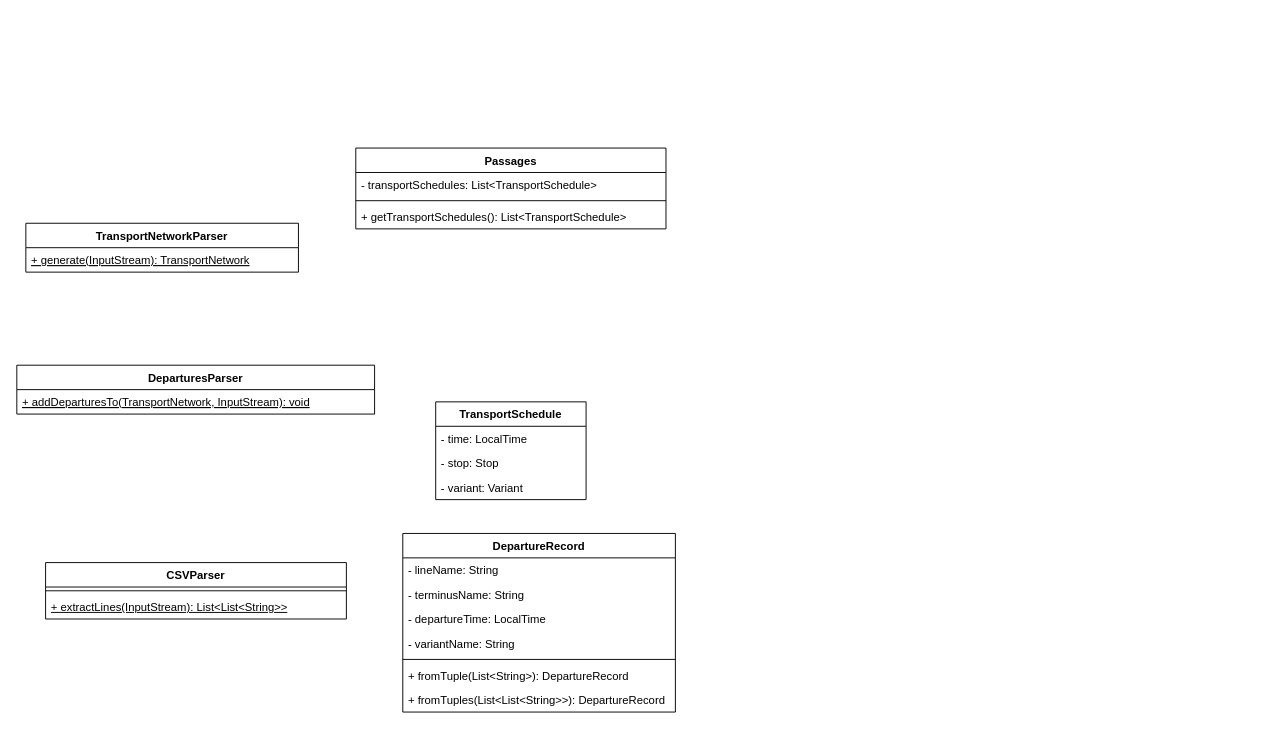
adrian-heouairi/MoriaMap keeps this draw.io diagram as page "Page-5" (2 of 2) of specification/diagrams/model.drawio. Above is the earlier version. Source tidied: cells renumbered, new cells numbered last; positions are measured from the earlier drawing's top-left corner, leaving out a move shared by most shapes. Both pictures are drawn from the tidied source at 94%, with x=0, y=0 at pixel (16, 148).
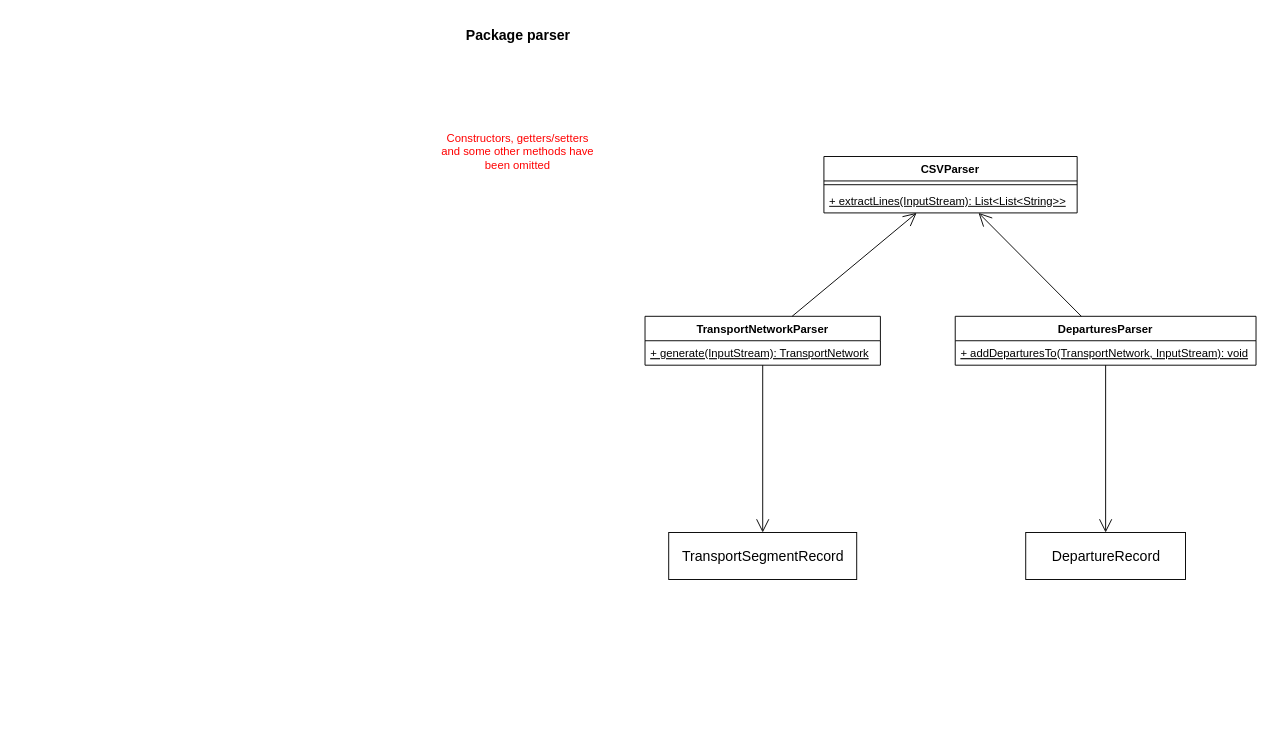
Above is the later version.

The edit, as a diff of the source:
```diff
@@
     <mxCell id="2" value="DeparturesParser" style="swimlane;fontStyle=1;align=center;verticalAlign=top;horizontal=1;startSize=26;" parent="1" vertex="1">
-      <mxGeometry x="0.4" y="231" width="380.6" height="52" as="geometry" />
+      <mxGeometry x="998.7" y="179" width="320" height="52" as="geometry" />
     </mxCell>
     <mxCell id="3" value="+ addDeparturesTo(TransportNetwork, InputStream): void" style="text;strokeColor=none;fillColor=none;align=left;verticalAlign=top;spacingLeft=4;spacingRight=4;overflow=hidden;fontStyle=4;" parent="2" vertex="1">
-      <mxGeometry y="26" width="380.6" height="26" as="geometry" />
+      <mxGeometry y="26" width="320" height="26" as="geometry" />
     </mxCell>
-    <mxCell id="4" value="TransportSchedule" style="swimlane;fontStyle=1;align=center;verticalAlign=top;horizontal=1;startSize=26;" parent="1" vertex="1">
-      <mxGeometry x="446" y="270" width="160" height="104" as="geometry" />
-    </mxCell>
-    <mxCell id="5" value="- time: LocalTime" style="text;strokeColor=none;fillColor=none;align=left;verticalAlign=top;spacingLeft=4;spacingRight=4;overflow=hidden;" parent="4" vertex="1">
-      <mxGeometry y="26" width="160" height="26" as="geometry" />
-    </mxCell>
-    <mxCell id="6" value="- stop: Stop" style="text;strokeColor=none;fillColor=none;align=left;verticalAlign=top;spacingLeft=4;spacingRight=4;overflow=hidden;" parent="4" vertex="1">
-      <mxGeometry y="52" width="160" height="26" as="geometry" />
-    </mxCell>
-    <mxCell id="7" value="- variant: Variant" style="text;strokeColor=none;fillColor=none;align=left;verticalAlign=top;spacingLeft=4;spacingRight=4;overflow=hidden;" parent="4" vertex="1">
-      <mxGeometry y="78" width="160" height="26" as="geometry" />
-    </mxCell>
     <mxCell id="8" value="TransportNetworkParser" style="swimlane;fontStyle=1;align=center;verticalAlign=top;horizontal=1;startSize=26;" parent="1" vertex="1">
-      <mxGeometry x="10" y="80" width="290" height="52" as="geometry" />
+      <mxGeometry x="668.7" y="179" width="250.4" height="52" as="geometry" />
     </mxCell>
     <mxCell id="9" value="+ generate(InputStream): TransportNetwork" style="text;strokeColor=none;fillColor=none;align=left;verticalAlign=top;spacingLeft=4;spacingRight=4;overflow=hidden;fontStyle=4;" parent="8" vertex="1">
-      <mxGeometry y="26" width="290" height="26" as="geometry" />
+      <mxGeometry y="26" width="250.4" height="26" as="geometry" />
     </mxCell>
     <mxCell id="10" value="CSVParser" style="swimlane;fontStyle=1;align=center;verticalAlign=top;horizontal=1;startSize=26;whiteSpace=wrap;html=1;" parent="1" vertex="1">
-      <mxGeometry x="31" y="441" width="320" height="60" as="geometry" />
+      <mxGeometry x="859" y="9" width="269.4" height="60" as="geometry" />
     </mxCell>
     <mxCell id="11" style="line;strokeWidth=1;fillColor=none;align=left;verticalAlign=middle;spacingTop=-1;spacingLeft=3;spacingRight=3;labelPosition=right;strokeColor=inherit;" parent="10" vertex="1">
-      <mxGeometry y="26" width="320" height="8" as="geometry" />
+      <mxGeometry y="26" width="269.4" height="8" as="geometry" />
     </mxCell>
     <mxCell id="12" value="+ extractLines(InputStream): List&amp;lt;List&amp;lt;String&amp;gt;&amp;gt;" style="text;strokeColor=none;fillColor=none;align=left;verticalAlign=top;spacingLeft=4;spacingRight=4;overflow=hidden;whiteSpace=wrap;html=1;fontStyle=4;" parent="10" vertex="1">
-      <mxGeometry y="34" width="320" height="26" as="geometry" />
+      <mxGeometry y="34" width="269.4" height="26" as="geometry" />
     </mxCell>
-    <mxCell id="13" value="Passages" style="swimlane;fontStyle=1;align=center;verticalAlign=top;horizontal=1;startSize=26;whiteSpace=wrap;html=1;" parent="1" vertex="1">
-      <mxGeometry x="361" width="330" height="86" as="geometry" />
-    </mxCell>
-    <mxCell id="14" value="- transportSchedules: List&amp;lt;TransportSchedule&amp;gt;" style="text;strokeColor=none;fillColor=none;align=left;verticalAlign=top;spacingLeft=4;spacingRight=4;overflow=hidden;whiteSpace=wrap;html=1;" parent="13" vertex="1">
-      <mxGeometry y="26" width="330" height="26" as="geometry" />
-    </mxCell>
-    <mxCell id="15" style="line;strokeWidth=1;fillColor=none;align=left;verticalAlign=middle;spacingTop=-1;spacingLeft=3;spacingRight=3;labelPosition=right;strokeColor=inherit;" parent="13" vertex="1">
-      <mxGeometry y="52" width="330" height="8" as="geometry" />
-    </mxCell>
-    <mxCell id="16" value="+ getTransportSchedules(): List&amp;lt;TransportSchedule&amp;gt;" style="text;strokeColor=none;fillColor=none;align=left;verticalAlign=top;spacingLeft=4;spacingRight=4;overflow=hidden;whiteSpace=wrap;html=1;" parent="13" vertex="1">
-      <mxGeometry y="60" width="330" height="26" as="geometry" />
-    </mxCell>
+    <mxCell id="25" value="Constructors, getters/setters and some other methods have been omitted" style="text;html=1;align=center;verticalAlign=middle;whiteSpace=wrap;rounded=0;fontColor=#FF0000;" parent="1" vertex="1">
+      <mxGeometry x="450" y="-11" width="167.3" height="30" as="geometry" />
+    </mxCell>
-    <mxCell id="17" value="DepartureRecord" style="swimlane;fontStyle=1;align=center;verticalAlign=top;horizontal=1;startSize=26;" parent="1" vertex="1">
-      <mxGeometry x="411" y="410" width="290" height="190" as="geometry" />
+    <mxCell id="17" value="DepartureRecord" style="html=1;fontSize=15;fontColor=#000000;" parent="1" vertex="1">
+      <mxGeometry x="1073.7" y="409" width="170" height="50" as="geometry" />
     </mxCell>
-    <mxCell id="18" value="- lineName: String" style="text;strokeColor=none;fillColor=none;align=left;verticalAlign=top;spacingLeft=4;spacingRight=4;overflow=hidden;" parent="17" vertex="1">
-      <mxGeometry y="26" width="290" height="26" as="geometry" />
-    </mxCell>
-    <mxCell id="19" value="- terminusName: String" style="text;strokeColor=none;fillColor=none;align=left;verticalAlign=top;spacingLeft=4;spacingRight=4;overflow=hidden;" parent="17" vertex="1">
-      <mxGeometry y="52" width="290" height="26" as="geometry" />
-    </mxCell>
-    <mxCell id="20" value="- departureTime: LocalTime" style="text;strokeColor=none;fillColor=none;align=left;verticalAlign=top;spacingLeft=4;spacingRight=4;overflow=hidden;" parent="17" vertex="1">
-      <mxGeometry y="78" width="290" height="26" as="geometry" />
-    </mxCell>
-    <mxCell id="21" value="- variantName: String" style="text;strokeColor=none;fillColor=none;align=left;verticalAlign=top;spacingLeft=4;spacingRight=4;overflow=hidden;" parent="17" vertex="1">
-      <mxGeometry y="104" width="290" height="26" as="geometry" />
-    </mxCell>
-    <mxCell id="22" style="line;strokeWidth=1;fillColor=none;align=left;verticalAlign=middle;spacingTop=-1;spacingLeft=3;spacingRight=3;labelPosition=right;strokeColor=inherit;" parent="17" vertex="1">
-      <mxGeometry y="130" width="290" height="8" as="geometry" />
-    </mxCell>
-    <mxCell id="23" value="+ fromTuple(List&lt;String&gt;): DepartureRecord" style="text;strokeColor=none;fillColor=none;align=left;verticalAlign=top;spacingLeft=4;spacingRight=4;overflow=hidden;" parent="17" vertex="1">
-      <mxGeometry y="138" width="290" height="26" as="geometry" />
-    </mxCell>
-    <mxCell id="24" value="+ fromTuples(List&lt;List&lt;String&gt;&gt;): DepartureRecord" style="text;strokeColor=none;fillColor=none;align=left;verticalAlign=top;spacingLeft=4;spacingRight=4;overflow=hidden;" parent="17" vertex="1">
-      <mxGeometry y="164" width="290" height="26" as="geometry" />
-    </mxCell>
+    <mxCell id="26" value="TransportSegmentRecord" style="html=1;fontSize=15;fontColor=#000000;" parent="1" vertex="1">
+      <mxGeometry x="693.9" y="409" width="200" height="50" as="geometry" />
+    </mxCell>
+    <mxCell id="27" style="endArrow=open;endFill=1;endSize=12;html=1;rounded=0;fontSize=15;fontColor=#000000;" parent="1" edge="1" source="8" target="10">
+      <mxGeometry relative="1" as="geometry" />
+    </mxCell>
+    <mxCell id="28" style="endArrow=open;endFill=1;endSize=12;html=1;rounded=0;fontSize=15;fontColor=#000000;" parent="1" edge="1" source="2" target="10">
+      <mxGeometry relative="1" as="geometry" />
+    </mxCell>
+    <mxCell id="29" style="endArrow=open;endFill=1;endSize=12;html=1;rounded=0;fontSize=15;fontColor=#000000;" parent="1" edge="1" source="2" target="17">
+      <mxGeometry relative="1" as="geometry" />
+    </mxCell>
+    <mxCell id="30" style="endArrow=open;endFill=1;endSize=12;html=1;rounded=0;fontSize=15;fontColor=#000000;" parent="1" edge="1" source="8" target="26">
+      <mxGeometry relative="1" as="geometry" />
+    </mxCell>
+    <mxCell id="31" value="&lt;b&gt;&lt;font style=&quot;font-size: 15px;&quot;&gt;Package parser&lt;/font&gt;&lt;/b&gt;" style="text;html=1;strokeColor=none;fillColor=none;align=center;verticalAlign=middle;whiteSpace=wrap;rounded=0;fontColor=#000000;" parent="1" vertex="1">
+      <mxGeometry x="456.8" y="-140" width="153.7" height="40" as="geometry" />
+    </mxCell>
```
